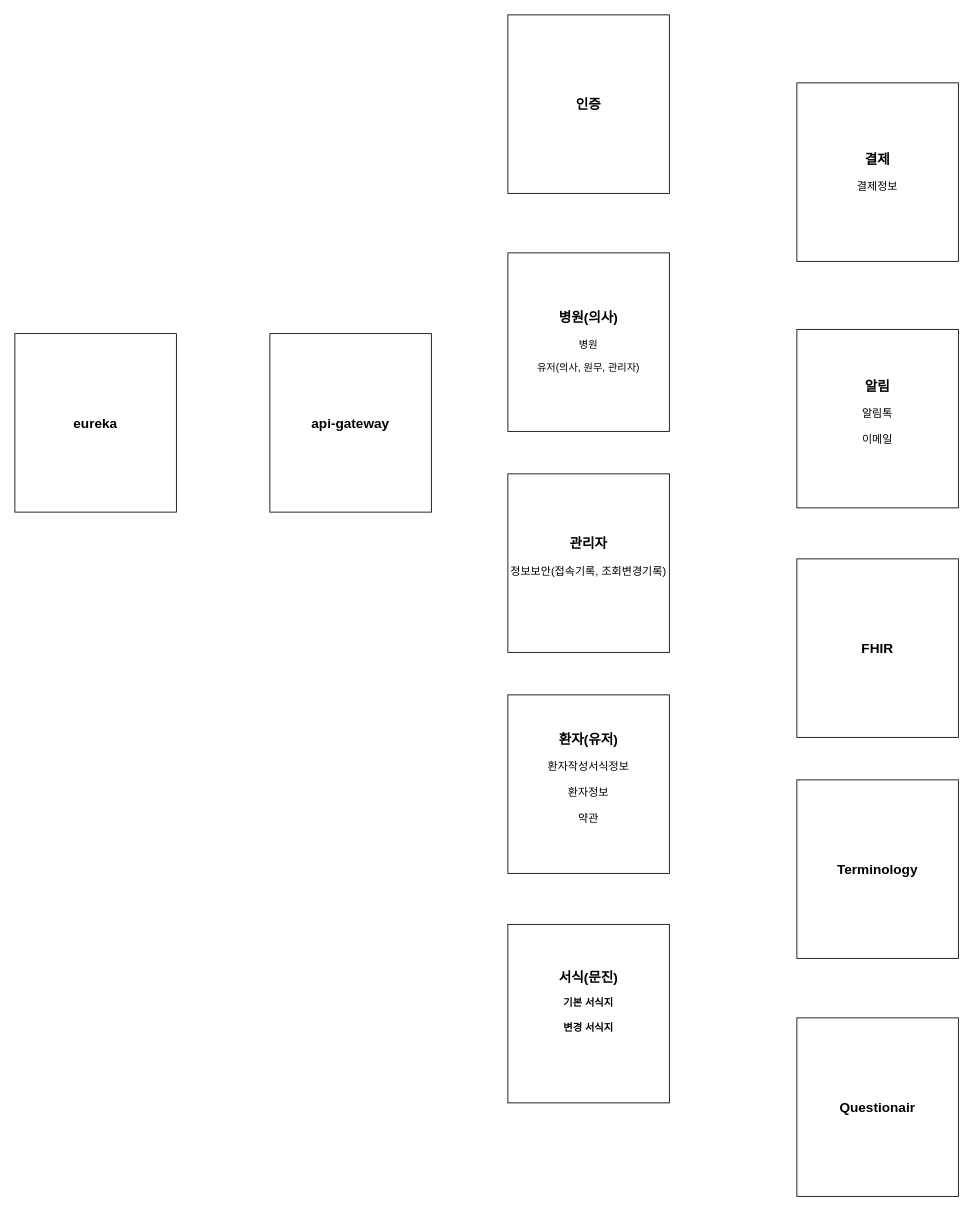
Before: src/main/제목 없는 다이어그램.drawio in himina1227/async, a draw.io diagram. Source tidied: cells renumbered, new cells numbered last; positions are measured from the earlier drawing's top-left corner, leaving out a move shared by most shapes. Both pictures are drawn from the tidied source at 85%, with x=0, y=0 at pixel (14, 14).
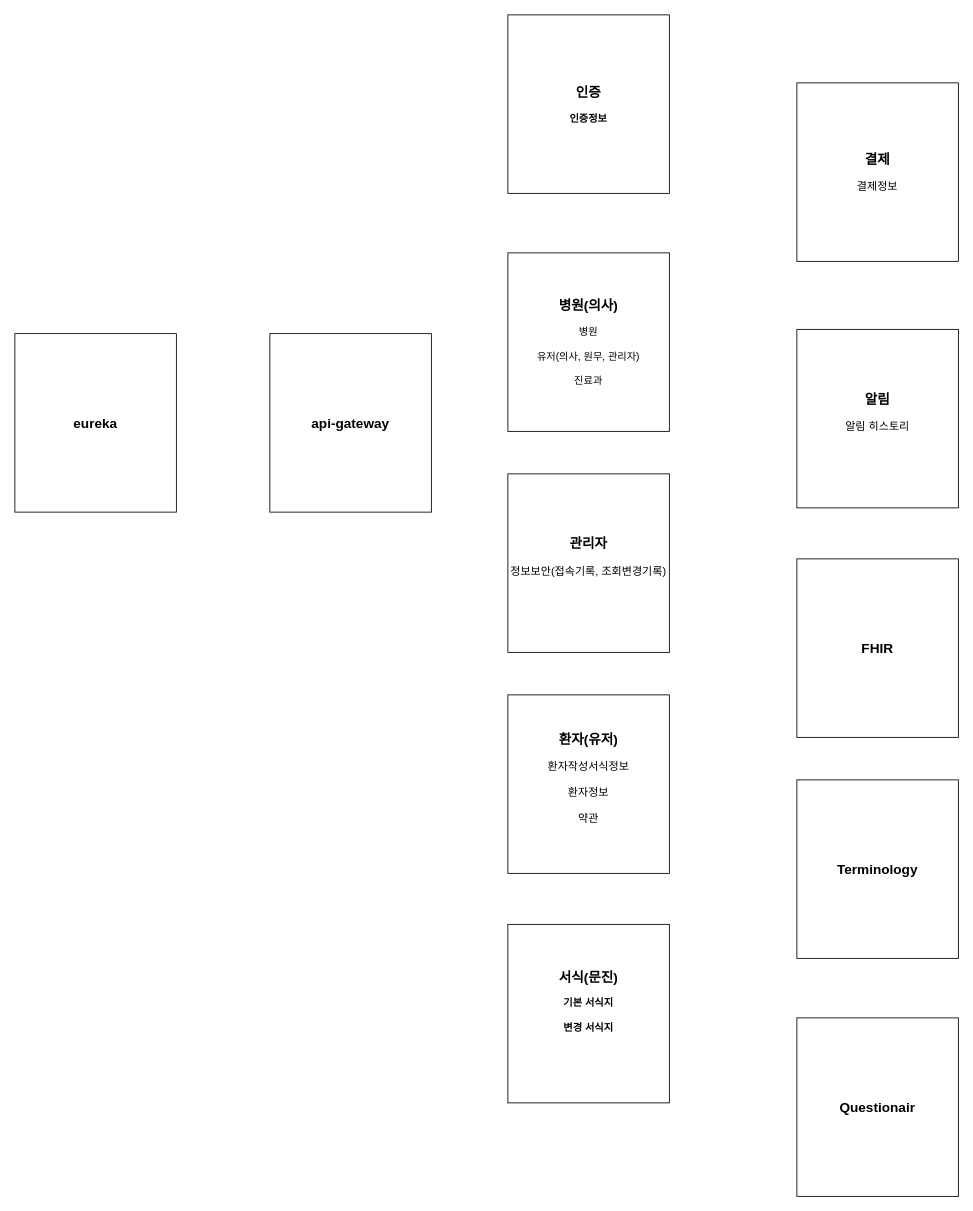
After the change.

Commit message:
제목 없는 다이어그램.drawio 업데이트

What changed in the source:
```diff
@@
 <mxGraphModel>
   <root>
     <mxCell id="0" />
     <mxCell id="1" parent="0" />
-    <mxCell id="2" value="&lt;b style=&quot;font-size: 16px;&quot;&gt;병원(의사)&lt;br&gt;&lt;/b&gt;&lt;br&gt;병원&lt;br&gt;&lt;br&gt;유저(의사, 원무, 관리자)&lt;br&gt;" style="rounded=0;whiteSpace=wrap;html=1;" parent="1" vertex="1">
+    <mxCell id="2" value="&lt;b style=&quot;font-size: 16px;&quot;&gt;병원(의사)&lt;br&gt;&lt;/b&gt;&lt;br&gt;병원&lt;br&gt;&lt;br&gt;유저(의사, 원무, 관리자)&lt;br&gt;&lt;br&gt;진료과" style="rounded=0;whiteSpace=wrap;html=1;" parent="1" vertex="1">
       <mxGeometry x="580" y="280" width="190" height="210" as="geometry" />
     </mxCell>
     <mxCell id="3" value="&lt;font style=&quot;&quot;&gt;&lt;b style=&quot;&quot;&gt;&lt;font style=&quot;font-size: 16px;&quot;&gt;환자(유저)&lt;/font&gt;&lt;/b&gt;&lt;br&gt;&lt;br&gt;&lt;span style=&quot;font-size: 13px;&quot;&gt;환자작성서식정보&lt;/span&gt;&lt;br&gt;&lt;br&gt;&lt;span style=&quot;font-size: 13px;&quot;&gt;환자정보&lt;br&gt;&lt;br&gt;약관&lt;br&gt;&lt;/span&gt;&lt;br&gt;&lt;/font&gt;" style="rounded=0;whiteSpace=wrap;html=1;" parent="1" vertex="1">
       <mxGeometry x="580" y="800" width="190" height="210" as="geometry" />
     </mxCell>
     <mxCell id="4" value="&lt;span style=&quot;font-size: 16px;&quot;&gt;&lt;b&gt;관리자&lt;/b&gt;&lt;/span&gt;&lt;br&gt;&lt;br&gt;&lt;font style=&quot;font-size: 13px;&quot;&gt;정보보안(접속기록, 조회변경기록)&lt;br&gt;&lt;br&gt;&lt;/font&gt;" style="rounded=0;whiteSpace=wrap;html=1;" parent="1" vertex="1">
       <mxGeometry x="580" y="540" width="190" height="210" as="geometry" />
     </mxCell>
     <mxCell id="5" value="&lt;span style=&quot;&quot;&gt;&lt;b&gt;&lt;font style=&quot;font-size: 16px;&quot;&gt;서식(문진)&lt;/font&gt;&lt;br&gt;&lt;br&gt;기본 서식지&lt;br&gt;&lt;br&gt;변경 서식지&lt;br&gt;&lt;br&gt;&lt;br&gt;&lt;/b&gt;&lt;/span&gt;" style="rounded=0;whiteSpace=wrap;html=1;" parent="1" vertex="1">
       <mxGeometry x="580" y="1070" width="190" height="210" as="geometry" />
     </mxCell>
-    <mxCell id="6" value="&lt;span style=&quot;font-size: 16px;&quot;&gt;&lt;b&gt;알림&lt;/b&gt;&lt;/span&gt;&lt;br&gt;&lt;br&gt;&lt;font style=&quot;font-size: 13px;&quot;&gt;알림톡&lt;br&gt;&lt;br&gt;이메일&lt;br&gt;&lt;br&gt;&lt;/font&gt;" style="rounded=0;whiteSpace=wrap;html=1;" parent="1" vertex="1">
+    <mxCell id="6" value="&lt;span style=&quot;font-size: 16px;&quot;&gt;&lt;b&gt;알림&lt;/b&gt;&lt;/span&gt;&lt;br&gt;&lt;br&gt;&lt;font style=&quot;font-size: 13px;&quot;&gt;알림 히스토리&lt;br&gt;&lt;br&gt;&lt;/font&gt;" style="rounded=0;whiteSpace=wrap;html=1;" parent="1" vertex="1">
       <mxGeometry x="920" y="370" width="190" height="210" as="geometry" />
     </mxCell>
     <mxCell id="7" value="&lt;span style=&quot;font-size: 16px;&quot;&gt;&lt;b&gt;결제&lt;/b&gt;&lt;/span&gt;&lt;br&gt;&lt;br&gt;&lt;font style=&quot;font-size: 13px;&quot;&gt;결제정보&lt;br&gt;&lt;/font&gt;" style="rounded=0;whiteSpace=wrap;html=1;" parent="1" vertex="1">
       <mxGeometry x="920" y="80" width="190" height="210" as="geometry" />
     </mxCell>
-    <mxCell id="8" value="&lt;span style=&quot;&quot;&gt;&lt;b&gt;&lt;span style=&quot;font-size: 16px;&quot;&gt;인증&lt;/span&gt;&lt;br&gt;&lt;/b&gt;&lt;/span&gt;" style="rounded=0;whiteSpace=wrap;html=1;" parent="1" vertex="1">
+    <mxCell id="8" value="&lt;span style=&quot;&quot;&gt;&lt;b&gt;&lt;span style=&quot;font-size: 16px;&quot;&gt;인증&lt;br&gt;&lt;/span&gt;&lt;br&gt;인증정보&lt;br&gt;&lt;/b&gt;&lt;/span&gt;" style="rounded=0;whiteSpace=wrap;html=1;" parent="1" vertex="1">
       <mxGeometry x="580" width="190" height="210" as="geometry" />
     </mxCell>
     <mxCell id="9" value="&lt;span style=&quot;&quot;&gt;&lt;b&gt;&lt;span style=&quot;font-size: 16px;&quot;&gt;api-gateway&lt;/span&gt;&lt;br&gt;&lt;/b&gt;&lt;/span&gt;" style="rounded=0;whiteSpace=wrap;html=1;" parent="1" vertex="1">
       <mxGeometry x="300" y="375" width="190" height="210" as="geometry" />
     </mxCell>
     <mxCell id="10" value="&lt;span style=&quot;&quot;&gt;&lt;b&gt;&lt;span style=&quot;font-size: 16px;&quot;&gt;eureka&lt;/span&gt;&lt;br&gt;&lt;/b&gt;&lt;/span&gt;" style="rounded=0;whiteSpace=wrap;html=1;" parent="1" vertex="1">
       <mxGeometry y="375" width="190" height="210" as="geometry" />
     </mxCell>
     <mxCell id="11" value="&lt;font style=&quot;&quot;&gt;&lt;span style=&quot;font-size: 16px;&quot;&gt;&lt;b&gt;FHIR&lt;/b&gt;&lt;/span&gt;&lt;br&gt;&lt;/font&gt;" style="rounded=0;whiteSpace=wrap;html=1;" parent="1" vertex="1">
       <mxGeometry x="920" y="640" width="190" height="210" as="geometry" />
     </mxCell>
     <mxCell id="12" value="&lt;font style=&quot;&quot;&gt;&lt;span style=&quot;font-size: 16px;&quot;&gt;&lt;b&gt;Terminology&lt;/b&gt;&lt;/span&gt;&lt;br&gt;&lt;/font&gt;" style="rounded=0;whiteSpace=wrap;html=1;" parent="1" vertex="1">
       <mxGeometry x="920" y="900" width="190" height="210" as="geometry" />
     </mxCell>
     <mxCell id="13" value="&lt;font style=&quot;&quot;&gt;&lt;span style=&quot;font-size: 16px;&quot;&gt;&lt;b&gt;Questionair&lt;/b&gt;&lt;/span&gt;&lt;br&gt;&lt;/font&gt;" style="rounded=0;whiteSpace=wrap;html=1;" parent="1" vertex="1">
       <mxGeometry x="920" y="1180" width="190" height="210" as="geometry" />
     </mxCell>
   </root>
 </mxGraphModel>
```
